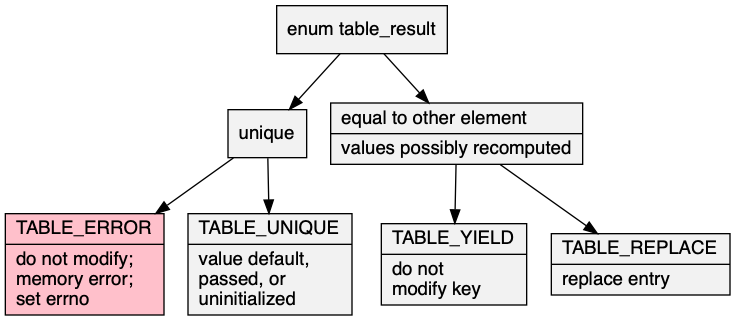
Before: web/put.png, a diagram exported from Graphviz (neil-edelman/boxes). Its source is kept beside it as web/put.gv.
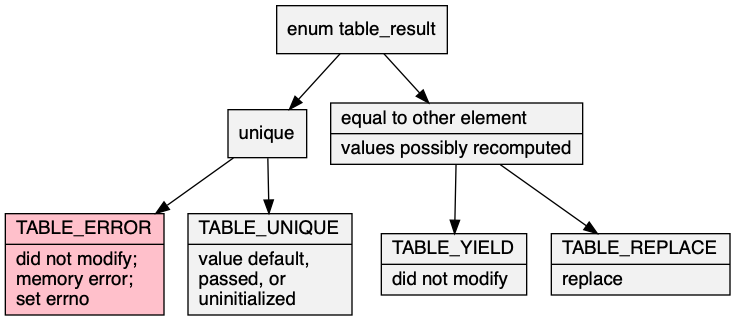
The same file after the commit.

Change to the diagram source:
```diff
@@ -9,9 +9,9 @@
 	put -> equal;
 	equal -> yield;
 	equal -> replace;
-	error [label="{TABLE_ERROR\l|do not modify;\lmemory error;\lset errno\l}", fillcolor="Pink"];
+	error [label="{TABLE_ERROR\l|did not modify;\lmemory error;\lset errno\l}", fillcolor="Pink"];
 	equal [label="{equal to other element\l|values possibly recomputed\l}"];
 	grow [label="{TABLE_UNIQUE\l|value default,\lpassed, or\luninitialized\l}"];
-	yield [label="{TABLE_YIELD\l|do not\lmodify key\l}"];
-	replace [label="{TABLE_REPLACE\l|replace entry\l}"];
+	yield [label="{TABLE_YIELD\l|did not modify\l}"];
+	replace [label="{TABLE_REPLACE\l|replace\l}"];
 }
```
